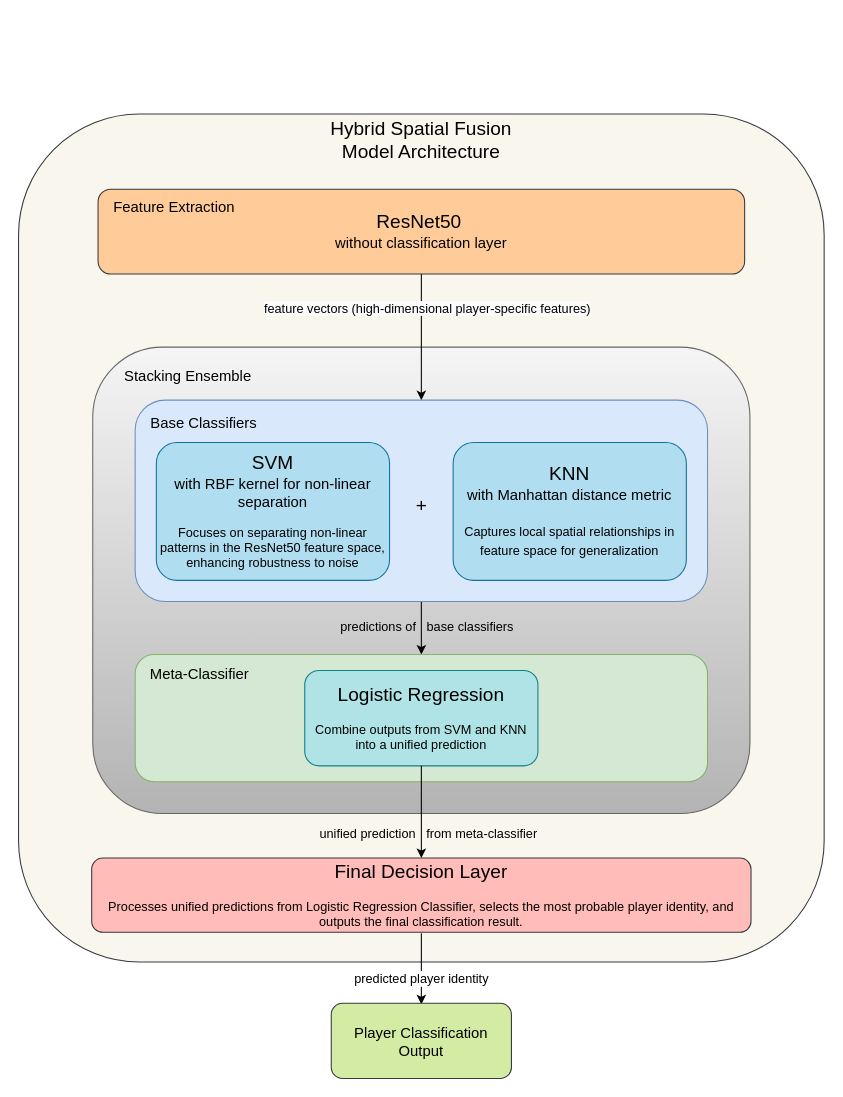
This is page "IJCNN architecture" (6 of 10) of Documents/Untitled Diagram.drawio from Nadun999/FYP, a draw.io file, before an edit. Source tidied: cells renumbered, new cells numbered last; positions are measured from the earlier drawing's top-left corner, leaving out a move shared by most shapes. Both pictures are drawn from the tidied source at 106%, with x=0, y=0 at pixel (18, 113).
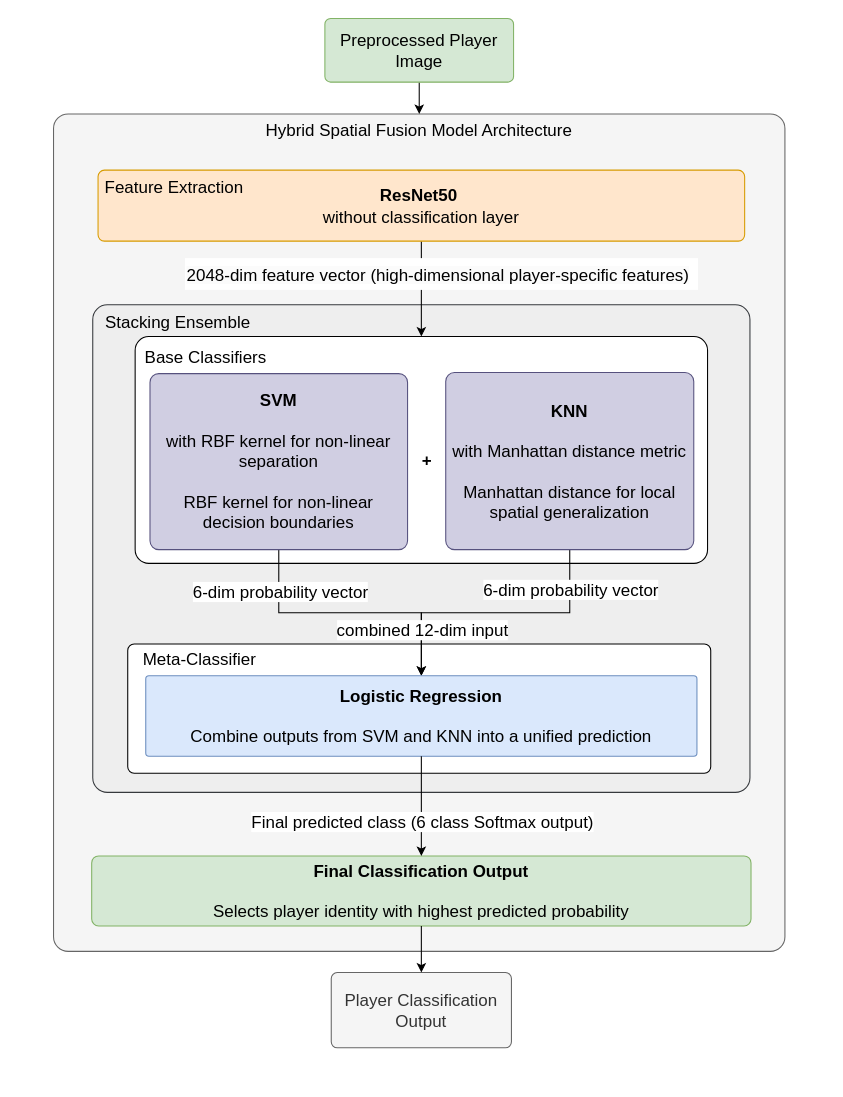
The same diagram, later.

What changed in the source:
```diff
@@
-    <mxCell id="2" style="rounded=1;whiteSpace=wrap;html=1;fillColor=#f9f7ed;strokeColor=#36393d;" parent="1" vertex="1">
-      <mxGeometry width="760" height="800" as="geometry" />
+    <mxCell id="2" style="rounded=1;whiteSpace=wrap;html=1;fillColor=#f5f5f5;strokeColor=#666666;arcSize=2;fontSize=16;fontColor=#333333;" parent="1" vertex="1">
+      <mxGeometry x="33" width="690" height="790" as="geometry" />
     </mxCell>
-    <mxCell id="3" value="&lt;font style=&quot;font-size: 18px;&quot;&gt;Hybrid Spatial Fusion Model Architecture&lt;/font&gt;" style="text;html=1;align=center;verticalAlign=middle;whiteSpace=wrap;rounded=0;" parent="1" vertex="1">
-      <mxGeometry x="287.9" y="10" width="184.2" height="30" as="geometry" />
+    <mxCell id="3" value="&lt;font&gt;Hybrid Spatial Fusion Model Architecture&lt;/font&gt;" style="text;html=1;align=center;verticalAlign=middle;whiteSpace=wrap;rounded=0;fontSize=16;" parent="1" vertex="1">
+      <mxGeometry x="168" width="420" height="30" as="geometry" />
     </mxCell>
-    <mxCell id="4" style="edgeStyle=orthogonalEdgeStyle;rounded=0;jettySize=auto;html=1;exitX=0.5;exitY=0;exitDx=0;exitDy=0;entryX=0.5;entryY=0;entryDx=0;entryDy=0;" parent="1" edge="1" source="5" target="9">
+    <mxCell id="4" style="edgeStyle=orthogonalEdgeStyle;rounded=0;jettySize=auto;html=1;exitX=0.5;exitY=0;exitDx=0;exitDy=0;entryX=0.5;entryY=0;entryDx=0;entryDy=0;fontSize=16;" parent="1" edge="1" source="5" target="9">
       <mxGeometry relative="1" as="geometry" />
     </mxCell>
-    <mxCell id="5" value="&lt;div&gt;&lt;br&gt;&lt;/div&gt;" style="rounded=1;whiteSpace=wrap;html=1;fillColor=#f5f5f5;gradientColor=#b3b3b3;strokeColor=#666666;" parent="1" vertex="1">
-      <mxGeometry x="70" y="220" width="620" height="440" as="geometry" />
+    <mxCell id="5" value="&lt;div&gt;&lt;br&gt;&lt;/div&gt;" style="rounded=1;whiteSpace=wrap;html=1;arcSize=3;fontSize=16;fillColor=#eeeeee;strokeColor=#36393d;" parent="1" vertex="1">
+      <mxGeometry x="70" y="180" width="620" height="460" as="geometry" />
     </mxCell>
-    <mxCell id="6" style="edgeStyle=orthogonalEdgeStyle;rounded=0;jettySize=auto;html=1;exitX=0.5;exitY=1;exitDx=0;exitDy=0;entryX=0.5;entryY=0;entryDx=0;entryDy=0;" parent="1" edge="1" source="7" target="9">
+    <mxCell id="6" style="edgeStyle=orthogonalEdgeStyle;rounded=0;jettySize=auto;html=1;exitX=0.5;exitY=1;exitDx=0;exitDy=0;entryX=0.5;entryY=0;entryDx=0;entryDy=0;fontSize=16;" parent="1" edge="1" source="7" target="9">
       <mxGeometry relative="1" as="geometry" />
     </mxCell>
-    <mxCell id="7" value="&lt;div&gt;&lt;span style=&quot;background-color: initial;&quot;&gt;&lt;font style=&quot;font-size: 18px;&quot;&gt;ResNet50&lt;/font&gt;&lt;font style=&quot;font-size: 14px;&quot;&gt;&amp;nbsp;&lt;/font&gt;&lt;/span&gt;&lt;/div&gt;&lt;div&gt;&lt;span style=&quot;background-color: initial;&quot;&gt;&lt;font style=&quot;font-size: 14px;&quot;&gt;without classification layer&lt;/font&gt;&lt;/span&gt;&lt;/div&gt;" style="rounded=1;whiteSpace=wrap;html=1;fillColor=#ffcc99;strokeColor=#36393d;" parent="1" vertex="1">
-      <mxGeometry x="75" y="71" width="610" height="80" as="geometry" />
+    <mxCell id="7" value="&lt;div&gt;&lt;span style=&quot;background-color: initial;&quot;&gt;&lt;font&gt;&lt;b&gt;&lt;font&gt;ResNet50&lt;/font&gt;&lt;font&gt;&amp;nbsp;&lt;/font&gt;&lt;/b&gt;&lt;/font&gt;&lt;/span&gt;&lt;/div&gt;&lt;div&gt;&lt;span style=&quot;background-color: initial;&quot;&gt;&lt;font&gt;without classification layer&lt;/font&gt;&lt;/span&gt;&lt;/div&gt;" style="rounded=1;whiteSpace=wrap;html=1;arcSize=9;fontSize=16;fillColor=#ffe6cc;strokeColor=#d79b00;" parent="1" vertex="1">
+      <mxGeometry x="75" y="53" width="610" height="67" as="geometry" />
     </mxCell>
-    <mxCell id="8" style="edgeStyle=orthogonalEdgeStyle;rounded=0;jettySize=auto;html=1;entryX=0.5;entryY=0;entryDx=0;entryDy=0;" parent="1" edge="1" source="9" target="11">
-      <mxGeometry x="0.6" y="503" relative="1" as="geometry" />
-    </mxCell>
-    <mxCell id="9" style="rounded=1;whiteSpace=wrap;html=1;fillColor=#dae8fc;strokeColor=#6c8ebf;" parent="1" vertex="1">
-      <mxGeometry x="110" y="270" width="540" height="190" as="geometry" />
+    <mxCell id="9" style="rounded=1;whiteSpace=wrap;html=1;arcSize=6;fontSize=16;" parent="1" vertex="1">
+      <mxGeometry x="110" y="210" width="540" height="214" as="geometry" />
     </mxCell>
-    <mxCell id="10" value="&lt;font style=&quot;font-size: 18px;&quot;&gt;+&lt;/font&gt;" style="text;html=1;align=center;verticalAlign=middle;strokeColor=none;fillColor=none;" parent="1" vertex="1">
-      <mxGeometry x="365" y="350" width="30" height="40" as="geometry" />
+    <mxCell id="10" value="&lt;font&gt;+&lt;/font&gt;" style="text;html=1;align=center;verticalAlign=middle;strokeColor=none;fillColor=none;fontSize=16;fontStyle=1;" parent="1" vertex="1">
+      <mxGeometry x="370" y="311.6" width="30" height="30" as="geometry" />
     </mxCell>
-    <mxCell id="11" style="rounded=1;whiteSpace=wrap;html=1;fillColor=#d5e8d4;strokeColor=#82b366;" parent="1" vertex="1">
-      <mxGeometry x="110" y="510" width="540" height="120" as="geometry" />
+    <mxCell id="11" style="rounded=1;whiteSpace=wrap;html=1;arcSize=5;fontSize=16;" parent="1" vertex="1">
+      <mxGeometry x="103" y="500" width="550" height="122" as="geometry" />
     </mxCell>
-    <mxCell id="12" value="&lt;font style=&quot;font-size: 14px;&quot;&gt;Stacking Ensemble&lt;/font&gt;" style="text;html=1;align=center;verticalAlign=middle;whiteSpace=wrap;rounded=0;" parent="1" vertex="1">
-      <mxGeometry x="93" y="230" width="134.3" height="34.3" as="geometry" />
+    <mxCell id="12" value="&lt;font&gt;Stacking Ensemble&lt;/font&gt;" style="text;html=1;align=center;verticalAlign=middle;whiteSpace=wrap;rounded=0;fontSize=16;" parent="1" vertex="1">
+      <mxGeometry x="74" y="179" width="153" height="34.3" as="geometry" />
     </mxCell>
-    <mxCell id="13" value="&lt;span style=&quot;color: rgb(0, 0, 0); font-family: Helvetica; font-size: 12px; font-style: normal; font-variant-ligatures: normal; font-variant-caps: normal; font-weight: 400; letter-spacing: normal; orphans: 2; text-align: left; text-indent: 0px; text-transform: none; widows: 2; word-spacing: 0px; -webkit-text-stroke-width: 0px; white-space: normal; background-color: rgb(251, 251, 251); text-decoration-thickness: initial; text-decoration-style: initial; text-decoration-color: initial; display: inline !important; float: none;&quot;&gt;feature vectors (high-dimensional player-specific features)&lt;/span&gt;" style="text;whiteSpace=wrap;html=1;" parent="1" vertex="1">
-      <mxGeometry x="230" y="170" width="350" height="40" as="geometry" />
+    <mxCell id="13" value="&lt;span style=&quot;orphans: 2; text-align: left; text-indent: 0px; widows: 2; background-color: rgb(251, 251, 251); text-decoration-thickness: initial; text-decoration-style: initial; text-decoration-color: initial; float: none; white-space: normal; -webkit-text-stroke-width: 0px; word-spacing: 0px; text-transform: none; letter-spacing: normal; font-weight: 400; font-variant-caps: normal; font-variant-ligatures: normal; font-style: normal; font-family: Helvetica; color: rgb(0, 0, 0); display: inline !important;&quot;&gt;2048-dim feature vector (high-dimensional player-specific features)&lt;/span&gt;" style="text;whiteSpace=wrap;html=1;fontSize=16;fillColor=default;" parent="1" vertex="1">
+      <mxGeometry x="157" y="136" width="484" height="30" as="geometry" />
     </mxCell>
-    <mxCell id="14" value="&lt;font style=&quot;font-size: 14px;&quot;&gt;Base Classifiers&lt;/font&gt;" style="text;html=1;align=center;verticalAlign=middle;whiteSpace=wrap;rounded=0;" parent="1" vertex="1">
-      <mxGeometry x="108" y="275" width="134.3" height="34.3" as="geometry" />
+    <mxCell id="14" value="&lt;font&gt;Base Classifiers&amp;nbsp;&lt;/font&gt;" style="text;html=1;align=center;verticalAlign=middle;whiteSpace=wrap;rounded=0;fontSize=16;" parent="1" vertex="1">
+      <mxGeometry x="112" y="212" width="134.3" height="34.3" as="geometry" />
     </mxCell>
-    <mxCell id="15" value="&lt;font style=&quot;font-size: 14px;&quot;&gt;Meta-Classifier&lt;/font&gt;" style="text;html=1;align=center;verticalAlign=middle;whiteSpace=wrap;rounded=0;" parent="1" vertex="1">
-      <mxGeometry x="103.7" y="512" width="134.3" height="34.3" as="geometry" />
+    <mxCell id="15" value="&lt;font&gt;Meta-Classifier&lt;/font&gt;" style="text;html=1;align=center;verticalAlign=middle;whiteSpace=wrap;rounded=0;fontSize=16;" parent="1" vertex="1">
+      <mxGeometry x="103.7" y="497" width="134.3" height="34.3" as="geometry" />
     </mxCell>
+    <mxCell id="26" style="edgeStyle=orthogonalEdgeStyle;rounded=0;jettySize=auto;html=1;exitX=0.5;exitY=1;exitDx=0;exitDy=0;entryX=0.5;entryY=0;entryDx=0;entryDy=0;fontSize=16;" parent="1" edge="1" source="16" target="18">
+      <mxGeometry relative="1" as="geometry" />
+    </mxCell>
+    <mxCell id="27" value="&lt;span&gt;6-dim probability vector&lt;/span&gt;" style="edgeLabel;html=1;align=center;verticalAlign=middle;labelBackgroundColor=default;fontSize=16;" parent="26" vertex="1">
+      <mxGeometry x="-0.74" y="1" relative="1" as="geometry">
+        <mxPoint y="6" as="offset" />
+      </mxGeometry>
+    </mxCell>
-    <mxCell id="16" value="&lt;div&gt;&lt;font style=&quot;font-size: 18px;&quot;&gt;SVM&lt;/font&gt;&lt;/div&gt;&lt;div&gt;&lt;font style=&quot;font-size: 14px;&quot;&gt;with RBF kernel for non-linear separation&lt;/font&gt;&lt;/div&gt;&lt;div&gt;&lt;br&gt;&lt;/div&gt;&lt;div&gt;Focuses on separating non-linear patterns in the ResNet50 feature space, enhancing robustness to noise&lt;span style=&quot;text-align: left;&quot;&gt;&lt;/span&gt;&lt;/div&gt;" style="rounded=1;whiteSpace=wrap;html=1;fillColor=#b1ddf0;strokeColor=#10739e;" parent="1" vertex="1">
-      <mxGeometry x="130" y="310" width="220" height="130" as="geometry" />
+    <mxCell id="16" value="&lt;div&gt;&lt;font&gt;&lt;b&gt;SVM&lt;/b&gt;&lt;/font&gt;&lt;/div&gt;&lt;div&gt;&lt;font&gt;&lt;b&gt;&lt;br&gt;&lt;/b&gt;&lt;/font&gt;&lt;/div&gt;&lt;div&gt;&lt;font&gt;with RBF kernel for non-linear separation&lt;/font&gt;&lt;/div&gt;&lt;div&gt;&lt;br&gt;&lt;/div&gt;&lt;div&gt;RBF kernel for non-linear decision boundaries&lt;/div&gt;" style="rounded=1;whiteSpace=wrap;html=1;arcSize=5;fontSize=16;fillColor=#d0cee2;strokeColor=#56517e;" parent="1" vertex="1">
+      <mxGeometry x="124" y="245" width="243" height="166" as="geometry" />
     </mxCell>
+    <mxCell id="28" style="edgeStyle=orthogonalEdgeStyle;rounded=0;jettySize=auto;html=1;exitX=0.5;exitY=1;exitDx=0;exitDy=0;entryX=0.5;entryY=0;entryDx=0;entryDy=0;fontSize=16;" parent="1" edge="1" source="17" target="18">
+      <mxGeometry relative="1" as="geometry" />
+    </mxCell>
+    <mxCell id="29" value="&lt;span&gt;6-dim probability vector&lt;/span&gt;" style="edgeLabel;html=1;align=center;verticalAlign=middle;fontSize=16;labelBackgroundColor=default;" parent="28" vertex="1">
+      <mxGeometry x="-0.77" relative="1" as="geometry">
+        <mxPoint y="7" as="offset" />
+      </mxGeometry>
+    </mxCell>
+    <mxCell id="30" value="&lt;font&gt;combined 12-dim input&lt;/font&gt;" style="edgeLabel;html=1;align=center;verticalAlign=middle;fontSize=16;" parent="28" vertex="1">
+      <mxGeometry x="0.78" relative="1" as="geometry">
+        <mxPoint y="-16" as="offset" />
+      </mxGeometry>
+    </mxCell>
-    <mxCell id="17" value="&lt;div&gt;&lt;font style=&quot;font-size: 18px;&quot;&gt;KNN&lt;/font&gt;&lt;/div&gt;&lt;div&gt;&lt;font style=&quot;font-size: 14px;&quot;&gt;with Manhattan distance metric&lt;/font&gt;&lt;/div&gt;&lt;div&gt;&lt;font size=&quot;3&quot;&gt;&lt;br&gt;&lt;/font&gt;&lt;/div&gt;&lt;div&gt;Captures local spatial relationships in feature space for generalization&lt;font size=&quot;3&quot;&gt;&lt;/font&gt;&lt;/div&gt;" style="rounded=1;whiteSpace=wrap;html=1;fillColor=#b1ddf0;strokeColor=#10739e;" parent="1" vertex="1">
-      <mxGeometry x="410" y="310" width="220" height="130" as="geometry" />
+    <mxCell id="17" value="&lt;div&gt;&lt;font&gt;&lt;b&gt;KNN&lt;/b&gt;&lt;/font&gt;&lt;/div&gt;&lt;div&gt;&lt;font&gt;&lt;b&gt;&lt;br&gt;&lt;/b&gt;&lt;/font&gt;&lt;/div&gt;&lt;div&gt;&lt;span style=&quot;background-color: transparent; color: light-dark(rgb(0, 0, 0), rgb(255, 255, 255));&quot;&gt;with Manhattan distance metric&lt;/span&gt;&lt;/div&gt;&lt;div&gt;&lt;font&gt;&lt;br&gt;&lt;/font&gt;&lt;/div&gt;&lt;div&gt;Manhattan distance for local spatial generalization&lt;font&gt;&lt;/font&gt;&lt;/div&gt;" style="rounded=1;whiteSpace=wrap;html=1;fillColor=#d0cee2;strokeColor=#56517e;arcSize=5;fontSize=16;" parent="1" vertex="1">
+      <mxGeometry x="403" y="244" width="234" height="167" as="geometry" />
     </mxCell>
-    <mxCell id="18" value="&lt;span style=&quot;text-align: left;&quot;&gt;&lt;font style=&quot;font-size: 18px;&quot;&gt;Logistic Regression&lt;/font&gt;&lt;/span&gt;&lt;div&gt;&lt;span style=&quot;text-align: left;&quot;&gt;&lt;font style=&quot;font-size: 12px;&quot;&gt;&lt;br&gt;Combine outputs from SVM and KNN into a unified prediction&lt;/font&gt;&lt;/span&gt;&lt;span style=&quot;text-align: left;&quot;&gt;&lt;/span&gt;&lt;/div&gt;" style="rounded=1;whiteSpace=wrap;html=1;fillColor=#b0e3e6;strokeColor=#0e8088;" parent="1" vertex="1">
-      <mxGeometry x="270" y="525" width="220" height="90" as="geometry" />
+    <mxCell id="18" value="&lt;span style=&quot;text-align: left;&quot;&gt;&lt;font&gt;&lt;b&gt;Logistic Regression&lt;/b&gt;&lt;/font&gt;&lt;/span&gt;&lt;div&gt;&lt;span style=&quot;text-align: left;&quot;&gt;&lt;font&gt;&lt;br&gt;Combine outputs from SVM and KNN into a unified prediction&lt;/font&gt;&lt;/span&gt;&lt;/div&gt;" style="rounded=1;whiteSpace=wrap;html=1;fillColor=#dae8fc;strokeColor=#6c8ebf;arcSize=4;fontSize=16;" parent="1" vertex="1">
+      <mxGeometry x="120" y="530" width="520" height="76" as="geometry" />
     </mxCell>
-    <mxCell id="19" value="&lt;font style=&quot;font-size: 14px;&quot;&gt;Feature Extraction&lt;/font&gt;" style="text;html=1;align=center;verticalAlign=middle;whiteSpace=wrap;rounded=0;" parent="1" vertex="1">
-      <mxGeometry x="80" y="71" width="134.3" height="34.3" as="geometry" />
+    <mxCell id="19" value="&lt;font&gt;Feature Extraction&lt;/font&gt;" style="text;html=1;align=center;verticalAlign=middle;whiteSpace=wrap;rounded=0;fontSize=16;" parent="1" vertex="1">
+      <mxGeometry x="80" y="52" width="134.3" height="34.3" as="geometry" />
     </mxCell>
-    <mxCell id="20" value="&lt;font style=&quot;font-size: 12px;&quot;&gt;predicted player identity&lt;/font&gt;" style="edgeStyle=orthogonalEdgeStyle;rounded=0;orthogonalLoop=1;jettySize=auto;html=1;entryX=0.5;entryY=0;entryDx=0;entryDy=0;" parent="1" edge="1">
-      <mxGeometry x="0.27" relative="1" as="geometry">
-        <mxPoint x="380" y="773" as="sourcePoint" />
-        <mxPoint x="380" y="840" as="targetPoint" />
-      </mxGeometry>
-    </mxCell>
-    <mxCell id="21" value="&lt;div style=&quot;&quot;&gt;&lt;span style=&quot;font-size: 18px; background-color: initial;&quot;&gt;Final Decision Layer&lt;/span&gt;&lt;/div&gt;&lt;div style=&quot;&quot;&gt;&lt;span style=&quot;background-color: initial;&quot;&gt;&lt;br&gt;&lt;/span&gt;&lt;/div&gt;&lt;div style=&quot;&quot;&gt;&lt;span style=&quot;background-color: initial;&quot;&gt;Processes unified predictions from Logistic Regression Classifier, selects the most probable player identity, and outputs the final classification result.&lt;/span&gt;&lt;/div&gt;" style="rounded=1;whiteSpace=wrap;html=1;fillColor=#FFBCB8;strokeColor=#36393d;" parent="1" vertex="1">
-      <mxGeometry x="69" y="702" width="622" height="70" as="geometry" />
+    <mxCell id="21" value="&lt;div&gt;&lt;div&gt;&lt;span style=&quot;background-color: transparent; color: light-dark(rgb(0, 0, 0), rgb(255, 255, 255));&quot;&gt;&lt;font&gt;&lt;b&gt;Final Classification Output&lt;/b&gt;&lt;/font&gt;&lt;/span&gt;&lt;/div&gt;&lt;/div&gt;&lt;div&gt;&lt;span style=&quot;background-color: initial;&quot;&gt;&lt;font&gt;&lt;br&gt;&lt;/font&gt;&lt;/span&gt;&lt;/div&gt;&lt;div&gt;&lt;div&gt;&lt;span&gt;Selects player identity with highest predicted probability&lt;/span&gt;&lt;/div&gt;&lt;/div&gt;" style="rounded=1;whiteSpace=wrap;html=1;arcSize=10;fontSize=16;fillColor=#d5e8d4;strokeColor=#82b366;" parent="1" vertex="1">
+      <mxGeometry x="69" y="700" width="622" height="66" as="geometry" />
     </mxCell>
-    <mxCell id="22" value="&lt;div style=&quot;&quot;&gt;&lt;font style=&quot;font-size: 14px;&quot;&gt;Player Classification Output&lt;/font&gt;&lt;/div&gt;" style="rounded=1;whiteSpace=wrap;html=1;fillColor=#D3EBA2;strokeColor=#36393d;align=center;" parent="1" vertex="1">
-      <mxGeometry x="295" y="839" width="170" height="71" as="geometry" />
+    <mxCell id="22" value="&lt;div&gt;&lt;font&gt;Player Classification Output&lt;/font&gt;&lt;/div&gt;" style="rounded=1;whiteSpace=wrap;html=1;fillColor=#f5f5f5;strokeColor=#666666;align=center;arcSize=8;fontSize=16;fontColor=#333333;" parent="1" vertex="1">
+      <mxGeometry x="295" y="810" width="170" height="71" as="geometry" />
     </mxCell>
-    <mxCell id="23" style="edgeStyle=orthogonalEdgeStyle;rounded=0;jettySize=auto;html=1;exitX=0.5;exitY=1;exitDx=0;exitDy=0;labelBackgroundColor=none;" parent="1" edge="1" source="18" target="21">
+    <mxCell id="23" style="edgeStyle=orthogonalEdgeStyle;rounded=0;jettySize=auto;html=1;exitX=0.5;exitY=1;exitDx=0;exitDy=0;labelBackgroundColor=none;fontSize=16;" parent="1" edge="1" source="18" target="21">
       <mxGeometry x="0.05" y="503" relative="1" as="geometry" />
     </mxCell>
-    <mxCell id="24" value="&lt;span style=&quot;text-align: center; text-wrap-mode: nowrap;&quot;&gt;&lt;font style=&quot;font-size: 12px;&quot;&gt;&amp;nbsp;unified prediction&amp;nbsp; &amp;nbsp;from meta-classifier&lt;/font&gt;&lt;/span&gt;" style="text;whiteSpace=wrap;html=1;" parent="1" vertex="1">
-      <mxGeometry x="279" y="666" width="350" height="40" as="geometry" />
-    </mxCell>
-    <mxCell id="25" value="&lt;span style=&quot;text-align: center; text-wrap-mode: nowrap;&quot;&gt;&lt;font style=&quot;font-size: 12px;&quot;&gt;predictions of&amp;nbsp; &amp;nbsp;base classifiers&lt;/font&gt;&lt;/span&gt;" style="text;whiteSpace=wrap;html=1;labelBackgroundColor=none;" parent="1" vertex="1">
-      <mxGeometry x="302" y="470" width="350" height="40" as="geometry" />
-    </mxCell>
+    <mxCell id="31" value="&lt;div&gt;&lt;font&gt;Final predicted class (6 class Softmax output)&lt;/font&gt;&lt;/div&gt;" style="edgeLabel;html=1;align=center;verticalAlign=middle;labelBackgroundColor=default;fontSize=16;" parent="23" vertex="1">
+      <mxGeometry x="0.07" y="1" relative="1" as="geometry">
+        <mxPoint x="-1" y="11" as="offset" />
+      </mxGeometry>
+    </mxCell>
+    <mxCell id="32" style="edgeStyle=orthogonalEdgeStyle;rounded=0;jettySize=auto;html=1;exitX=0.5;exitY=1;exitDx=0;exitDy=0;fontSize=16;" parent="1" edge="1" source="21" target="22">
+      <mxGeometry relative="1" as="geometry" />
+    </mxCell>
+    <mxCell id="33" style="edgeStyle=orthogonalEdgeStyle;rounded=0;jettySize=auto;html=1;exitX=0.5;exitY=1;exitDx=0;exitDy=0;entryX=0.5;entryY=0;entryDx=0;entryDy=0;fontSize=16;" parent="1" edge="1" source="34" target="3">
+      <mxGeometry relative="1" as="geometry" />
+    </mxCell>
+    <mxCell id="34" value="&lt;div&gt;&lt;span&gt;Preprocessed Player Image&lt;/span&gt;&lt;/div&gt;" style="rounded=1;whiteSpace=wrap;html=1;fillColor=#d5e8d4;strokeColor=#82b366;arcSize=9;fontSize=16;" parent="1" vertex="1">
+      <mxGeometry x="289" y="-90" width="178" height="60" as="geometry" />
+    </mxCell>
```
